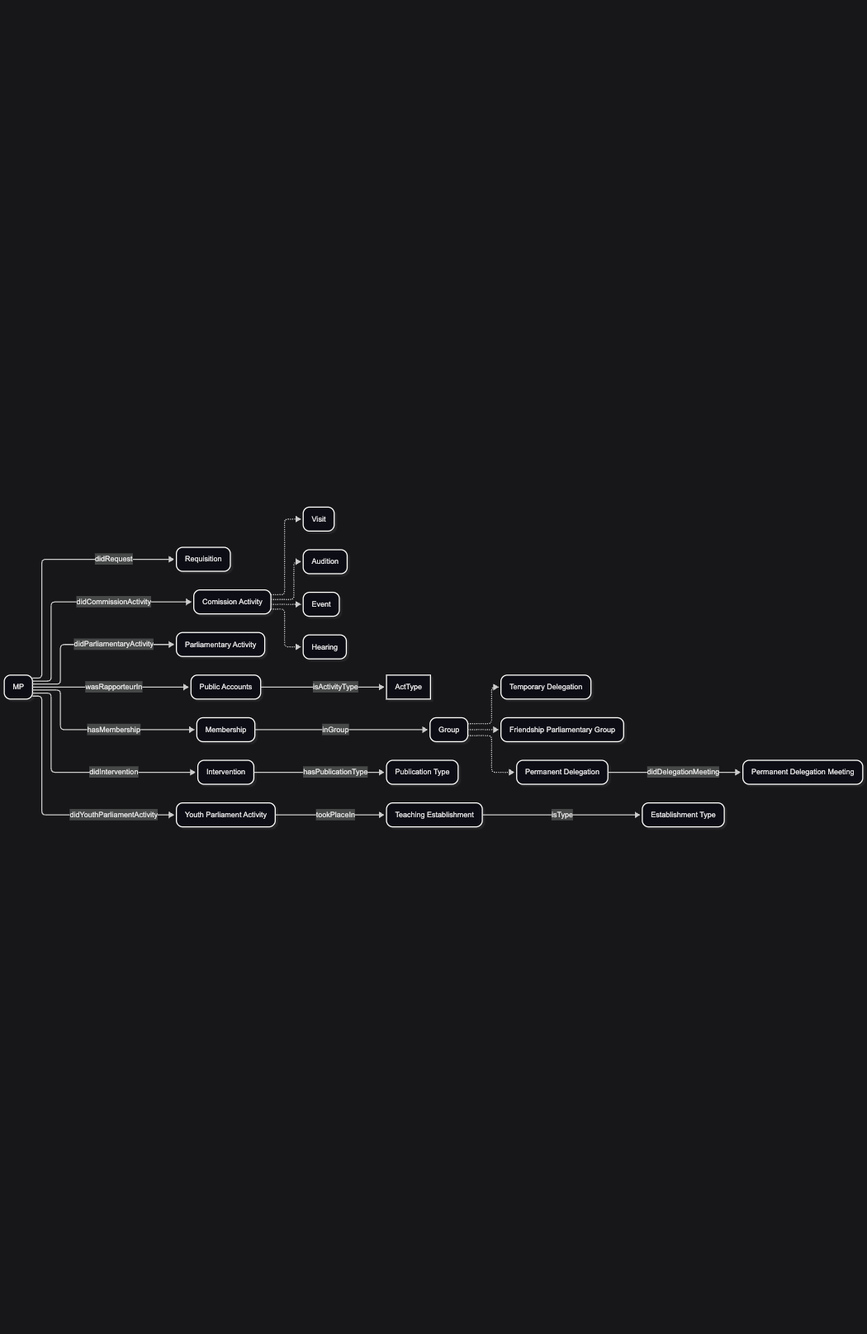
Before: OpenDataGOV-AP/DataModel/mp-activity/mp-activity.png, a diagram exported from Mermaid (politrackpt/ontologies). Its source is kept beside it as OpenDataGOV-AP/DataModel/mp-activity/mp-activity.mermaid.
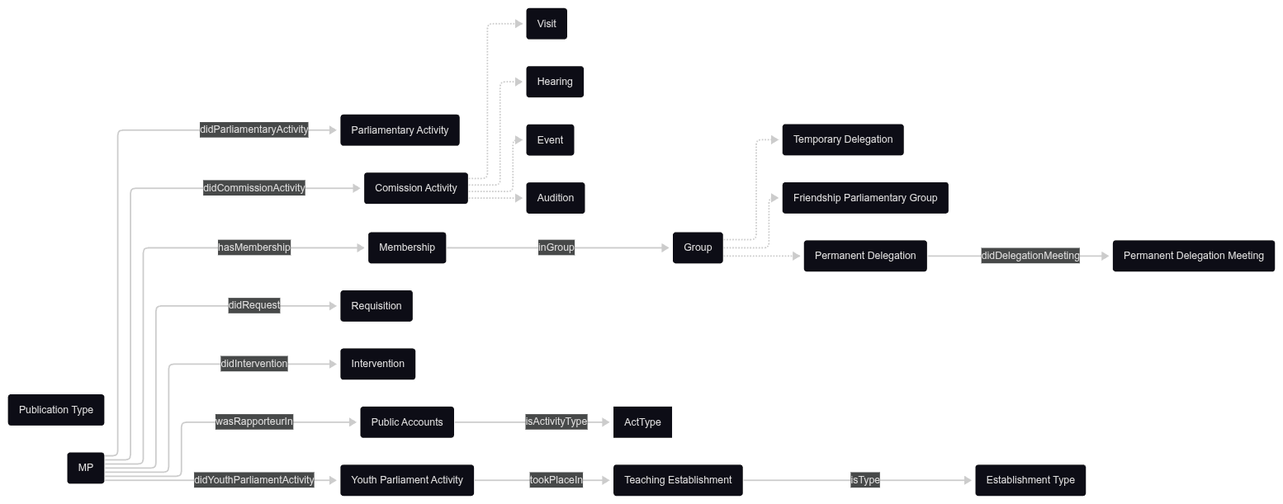
After the change.

Commit message:
AP: remove publication type

Change to the diagram source:
```diff
@@ -31,7 +31,6 @@
     ComA -.-> Visit
     MP -- didRequest --> Req
     MP -- didIntervention --> Interv
-    Interv -- hasPublicationType  --> PubType
     MP -- didParliamentaryActivity --> PAct
     MP -- wasRapporteurIn --> PE
     PE -- isActivityType --> ActType
```
